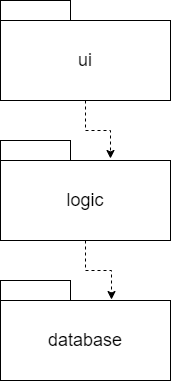
micsoder/ot-harjoitustyo keeps this draw.io diagram as Documentation/pictures/ui_logic_architecture.png. Above is the earlier version. Source tidied: cells renumbered, new cells last; positions are measured from the earlier drawing's top-left corner, leaving out a move shared by most shapes. The source it was exported from:
```xml
<mxGraphModel>
  <root>
    <mxCell id="0" />
    <mxCell id="1" parent="0" />
    <mxCell id="2" value="&lt;font style=&quot;font-size: 18px;&quot;&gt;ui&lt;/font&gt;" style="rounded=0;whiteSpace=wrap;html=1;" parent="1" vertex="1">
      <mxGeometry y="20" width="170" height="80" as="geometry" />
    </mxCell>
    <mxCell id="3" style="rounded=0;whiteSpace=wrap;html=1;" parent="1" vertex="1">
      <mxGeometry width="70" height="20" as="geometry" />
    </mxCell>
    <mxCell id="4" value="&lt;span style=&quot;font-size: 18px;&quot;&gt;logic&lt;/span&gt;" style="rounded=0;whiteSpace=wrap;html=1;" parent="1" vertex="1">
      <mxGeometry y="160" width="170" height="80" as="geometry" />
    </mxCell>
    <mxCell id="5" style="rounded=0;whiteSpace=wrap;html=1;" parent="1" vertex="1">
      <mxGeometry y="140" width="70" height="20" as="geometry" />
    </mxCell>
    <mxCell id="6" value="&lt;span style=&quot;font-size: 18px;&quot;&gt;database&lt;/span&gt;" style="rounded=0;whiteSpace=wrap;html=1;" parent="1" vertex="1">
      <mxGeometry y="300" width="170" height="80" as="geometry" />
    </mxCell>
    <mxCell id="7" style="rounded=0;whiteSpace=wrap;html=1;" parent="1" vertex="1">
      <mxGeometry y="280" width="70" height="20" as="geometry" />
    </mxCell>
    <mxCell id="8" style="edgeStyle=orthogonalEdgeStyle;rounded=0;jettySize=auto;html=1;entryX=0.647;entryY=-0.025;entryDx=0;entryDy=0;entryPerimeter=0;dashed=1;" parent="1" edge="1" source="2" target="4">
      <mxGeometry relative="1" as="geometry" />
    </mxCell>
    <mxCell id="9" style="edgeStyle=orthogonalEdgeStyle;rounded=0;jettySize=auto;html=1;exitX=0.5;exitY=1;exitDx=0;exitDy=0;entryX=0.653;entryY=-0.012;entryDx=0;entryDy=0;entryPerimeter=0;dashed=1;" parent="1" edge="1" source="4" target="6">
      <mxGeometry relative="1" as="geometry" />
    </mxCell>
  </root>
</mxGraphModel>
```
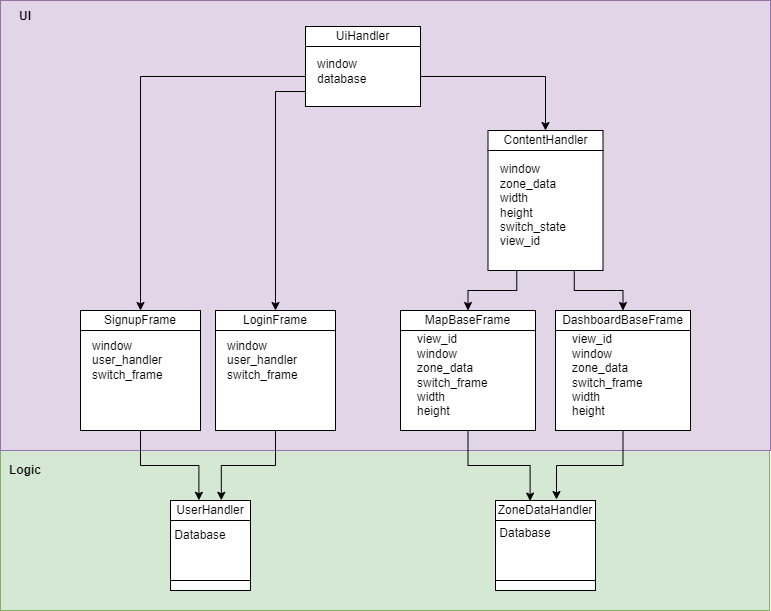
The same diagram one commit later.

Commit message:
now right pic

The edit, as a diff of the source:
```diff
@@ -2,29 +2,122 @@
   <root>
     <mxCell id="0" />
     <mxCell id="1" parent="0" />
-    <mxCell id="2" value="&lt;font style=&quot;font-size: 18px;&quot;&gt;ui&lt;/font&gt;" style="rounded=0;whiteSpace=wrap;html=1;" parent="1" vertex="1">
-      <mxGeometry y="20" width="170" height="80" as="geometry" />
-    </mxCell>
-    <mxCell id="3" style="rounded=0;whiteSpace=wrap;html=1;" parent="1" vertex="1">
-      <mxGeometry width="70" height="20" as="geometry" />
-    </mxCell>
-    <mxCell id="4" value="&lt;span style=&quot;font-size: 18px;&quot;&gt;logic&lt;/span&gt;" style="rounded=0;whiteSpace=wrap;html=1;" parent="1" vertex="1">
-      <mxGeometry y="160" width="170" height="80" as="geometry" />
-    </mxCell>
-    <mxCell id="5" style="rounded=0;whiteSpace=wrap;html=1;" parent="1" vertex="1">
-      <mxGeometry y="140" width="70" height="20" as="geometry" />
-    </mxCell>
-    <mxCell id="6" value="&lt;span style=&quot;font-size: 18px;&quot;&gt;database&lt;/span&gt;" style="rounded=0;whiteSpace=wrap;html=1;" parent="1" vertex="1">
-      <mxGeometry y="300" width="170" height="80" as="geometry" />
-    </mxCell>
-    <mxCell id="7" style="rounded=0;whiteSpace=wrap;html=1;" parent="1" vertex="1">
-      <mxGeometry y="280" width="70" height="20" as="geometry" />
-    </mxCell>
-    <mxCell id="8" style="edgeStyle=orthogonalEdgeStyle;rounded=0;jettySize=auto;html=1;entryX=0.647;entryY=-0.025;entryDx=0;entryDy=0;entryPerimeter=0;dashed=1;" parent="1" edge="1" source="2" target="4">
-      <mxGeometry relative="1" as="geometry" />
-    </mxCell>
-    <mxCell id="9" style="edgeStyle=orthogonalEdgeStyle;rounded=0;jettySize=auto;html=1;exitX=0.5;exitY=1;exitDx=0;exitDy=0;entryX=0.653;entryY=-0.012;entryDx=0;entryDy=0;entryPerimeter=0;dashed=1;" parent="1" edge="1" source="4" target="6">
-      <mxGeometry relative="1" as="geometry" />
-    </mxCell>
+    <mxCell id="10" style="rounded=0;whiteSpace=wrap;html=1;fillColor=#d5e8d4;strokeColor=#82b366;" parent="1" vertex="1">
+      <mxGeometry x="-60" y="-360" width="769" height="160" as="geometry" />
+    </mxCell>
+    <mxCell id="11" style="rounded=0;whiteSpace=wrap;html=1;fillColor=#e1d5e7;strokeColor=#9673a6;" parent="1" vertex="1">
+      <mxGeometry x="-60" y="-810" width="770" height="450" as="geometry" />
+    </mxCell>
+    <mxCell id="12" style="rounded=0;whiteSpace=wrap;html=1;" parent="1" vertex="1">
+      <mxGeometry x="110" y="-290" width="80" height="60" as="geometry" />
+    </mxCell>
+    <mxCell id="13" value="UserHandler" style="rounded=0;whiteSpace=wrap;html=1;" parent="1" vertex="1">
+      <mxGeometry x="110" y="-310" width="80" height="20" as="geometry" />
+    </mxCell>
+    <mxCell id="14" style="rounded=0;whiteSpace=wrap;html=1;" parent="1" vertex="1">
+      <mxGeometry x="110" y="-230" width="80" height="10" as="geometry" />
+    </mxCell>
+    <mxCell id="15" value="Database" style="text;html=1;strokeColor=none;fillColor=none;align=center;verticalAlign=middle;whiteSpace=wrap;rounded=0;" parent="1" vertex="1">
+      <mxGeometry x="110" y="-290" width="60" height="30" as="geometry" />
+    </mxCell>
+    <mxCell id="16" style="rounded=0;whiteSpace=wrap;html=1;" parent="1" vertex="1">
+      <mxGeometry x="435" y="-290" width="100" height="70" as="geometry" />
+    </mxCell>
+    <mxCell id="17" value="ZoneDataHandler" style="rounded=0;whiteSpace=wrap;html=1;" parent="1" vertex="1">
+      <mxGeometry x="435" y="-310" width="100" height="20" as="geometry" />
+    </mxCell>
+    <mxCell id="18" style="rounded=0;whiteSpace=wrap;html=1;" parent="1" vertex="1">
+      <mxGeometry x="435" y="-230" width="100" height="10" as="geometry" />
+    </mxCell>
+    <mxCell id="19" value="Database" style="text;html=1;strokeColor=none;fillColor=none;align=center;verticalAlign=middle;whiteSpace=wrap;rounded=0;" parent="1" vertex="1">
+      <mxGeometry x="435" y="-295" width="60" height="35" as="geometry" />
+    </mxCell>
+    <mxCell id="20" value="LoginFrame" style="rounded=0;whiteSpace=wrap;html=1;" parent="1" vertex="1">
+      <mxGeometry x="155" y="-500" width="120" height="20" as="geometry" />
+    </mxCell>
+    <mxCell id="21" style="rounded=0;whiteSpace=wrap;html=1;" parent="1" vertex="1">
+      <mxGeometry x="155" y="-480" width="120" height="100" as="geometry" />
+    </mxCell>
+    <mxCell id="22" value="&lt;div style=&quot;border-color: var(--border-color);&quot;&gt;window&lt;/div&gt;&lt;div style=&quot;border-color: var(--border-color);&quot;&gt;user_handler&lt;/div&gt;&lt;div style=&quot;border-color: var(--border-color);&quot;&gt;switch_frame&lt;/div&gt;" style="text;html=1;strokeColor=none;fillColor=none;align=left;verticalAlign=middle;whiteSpace=wrap;rounded=0;" parent="1" vertex="1">
+      <mxGeometry x="165" y="-475" width="80" height="50" as="geometry" />
+    </mxCell>
+    <mxCell id="23" value="SignupFrame" style="rounded=0;whiteSpace=wrap;html=1;" parent="1" vertex="1">
+      <mxGeometry x="20" y="-500" width="120" height="20" as="geometry" />
+    </mxCell>
+    <mxCell id="24" style="rounded=0;whiteSpace=wrap;html=1;" parent="1" vertex="1">
+      <mxGeometry x="20" y="-480" width="120" height="100" as="geometry" />
+    </mxCell>
+    <mxCell id="25" value="&lt;div style=&quot;border-color: var(--border-color);&quot;&gt;window&lt;/div&gt;&lt;div style=&quot;border-color: var(--border-color);&quot;&gt;user_handler&lt;/div&gt;&lt;div style=&quot;border-color: var(--border-color);&quot;&gt;switch_frame&lt;/div&gt;" style="text;html=1;strokeColor=none;fillColor=none;align=left;verticalAlign=middle;whiteSpace=wrap;rounded=0;" parent="1" vertex="1">
+      <mxGeometry x="30" y="-475" width="80" height="50" as="geometry" />
+    </mxCell>
+    <mxCell id="26" value="DashboardBaseFrame" style="rounded=0;whiteSpace=wrap;html=1;" parent="1" vertex="1">
+      <mxGeometry x="495" y="-500" width="135" height="20" as="geometry" />
+    </mxCell>
+    <mxCell id="27" style="rounded=0;whiteSpace=wrap;html=1;" parent="1" vertex="1">
+      <mxGeometry x="495" y="-480" width="135" height="100" as="geometry" />
+    </mxCell>
+    <mxCell id="28" value="&lt;div style=&quot;border-color: var(--border-color);&quot;&gt;view_id&lt;/div&gt;&lt;div style=&quot;border-color: var(--border-color);&quot;&gt;window&lt;/div&gt;&lt;div style=&quot;border-color: var(--border-color);&quot;&gt;zone_data&lt;/div&gt;&lt;div style=&quot;border-color: var(--border-color);&quot;&gt;switch_frame&lt;/div&gt;&lt;div style=&quot;border-color: var(--border-color);&quot;&gt;width&lt;/div&gt;&lt;div style=&quot;border-color: var(--border-color);&quot;&gt;height&lt;/div&gt;" style="text;html=1;strokeColor=none;fillColor=none;align=left;verticalAlign=middle;whiteSpace=wrap;rounded=0;" parent="1" vertex="1">
+      <mxGeometry x="510" y="-460" width="80" height="50" as="geometry" />
+    </mxCell>
+    <mxCell id="29" value="MapBaseFrame" style="rounded=0;whiteSpace=wrap;html=1;" parent="1" vertex="1">
+      <mxGeometry x="340" y="-500" width="135" height="20" as="geometry" />
+    </mxCell>
+    <mxCell id="30" style="rounded=0;whiteSpace=wrap;html=1;" parent="1" vertex="1">
+      <mxGeometry x="340" y="-480" width="135" height="100" as="geometry" />
+    </mxCell>
+    <mxCell id="31" value="&lt;div style=&quot;border-color: var(--border-color);&quot;&gt;view_id&lt;/div&gt;&lt;div style=&quot;border-color: var(--border-color);&quot;&gt;window&lt;/div&gt;&lt;div style=&quot;border-color: var(--border-color);&quot;&gt;zone_data&lt;/div&gt;&lt;div style=&quot;border-color: var(--border-color);&quot;&gt;switch_frame&lt;/div&gt;&lt;div style=&quot;border-color: var(--border-color);&quot;&gt;width&lt;/div&gt;&lt;div style=&quot;border-color: var(--border-color);&quot;&gt;height&lt;/div&gt;" style="text;html=1;strokeColor=none;fillColor=none;align=left;verticalAlign=middle;whiteSpace=wrap;rounded=0;" parent="1" vertex="1">
+      <mxGeometry x="355" y="-460" width="80" height="50" as="geometry" />
+    </mxCell>
+    <mxCell id="32" style="edgeStyle=orthogonalEdgeStyle;rounded=0;jettySize=auto;html=1;exitX=0.5;exitY=1;exitDx=0;exitDy=0;entryX=0.355;entryY=-0.01;entryDx=0;entryDy=0;entryPerimeter=0;" parent="1" edge="1" source="24" target="13">
+      <mxGeometry relative="1" as="geometry" />
+    </mxCell>
+    <mxCell id="33" style="edgeStyle=orthogonalEdgeStyle;rounded=0;jettySize=auto;html=1;exitX=0.5;exitY=1;exitDx=0;exitDy=0;entryX=0.635;entryY=-0.01;entryDx=0;entryDy=0;entryPerimeter=0;" parent="1" edge="1" source="21" target="13">
+      <mxGeometry relative="1" as="geometry" />
+    </mxCell>
+    <mxCell id="34" style="edgeStyle=orthogonalEdgeStyle;rounded=0;jettySize=auto;html=1;exitX=0.5;exitY=1;exitDx=0;exitDy=0;entryX=0.346;entryY=0.03;entryDx=0;entryDy=0;entryPerimeter=0;" parent="1" edge="1" source="30" target="17">
+      <mxGeometry relative="1" as="geometry" />
+    </mxCell>
+    <mxCell id="35" style="edgeStyle=orthogonalEdgeStyle;rounded=0;jettySize=auto;html=1;exitX=0.5;exitY=1;exitDx=0;exitDy=0;entryX=0.61;entryY=-0.05;entryDx=0;entryDy=0;entryPerimeter=0;" parent="1" edge="1" source="27" target="17">
+      <mxGeometry relative="1" as="geometry" />
+    </mxCell>
+    <mxCell id="36" value="&lt;b&gt;UI&lt;/b&gt;" style="text;html=1;strokeColor=none;fillColor=none;align=center;verticalAlign=middle;whiteSpace=wrap;rounded=0;" parent="1" vertex="1">
+      <mxGeometry x="-50" y="-804" width="30" height="20" as="geometry" />
+    </mxCell>
+    <mxCell id="37" value="&lt;b&gt;Logic&lt;/b&gt;" style="text;html=1;strokeColor=none;fillColor=none;align=center;verticalAlign=middle;whiteSpace=wrap;rounded=0;" parent="1" vertex="1">
+      <mxGeometry x="-50" y="-350" width="30" height="20" as="geometry" />
+    </mxCell>
+    <mxCell id="38" value="UiHandler" style="rounded=0;whiteSpace=wrap;html=1;" parent="1" vertex="1">
+      <mxGeometry x="245" y="-784" width="115" height="20" as="geometry" />
+    </mxCell>
+    <mxCell id="39" style="edgeStyle=orthogonalEdgeStyle;rounded=0;jettySize=auto;html=1;exitX=0;exitY=0.5;exitDx=0;exitDy=0;entryX=0.5;entryY=0;entryDx=0;entryDy=0;" parent="1" edge="1" source="42" target="23">
+      <mxGeometry relative="1" as="geometry" />
+    </mxCell>
+    <mxCell id="40" style="edgeStyle=orthogonalEdgeStyle;rounded=0;jettySize=auto;html=1;exitX=0;exitY=0.75;exitDx=0;exitDy=0;entryX=0.5;entryY=0;entryDx=0;entryDy=0;" parent="1" edge="1" source="42" target="20">
+      <mxGeometry relative="1" as="geometry" />
+    </mxCell>
+    <mxCell id="41" style="edgeStyle=orthogonalEdgeStyle;rounded=0;jettySize=auto;html=1;exitX=1;exitY=0.5;exitDx=0;exitDy=0;" parent="1" edge="1" source="42" target="44">
+      <mxGeometry relative="1" as="geometry" />
+    </mxCell>
+    <mxCell id="42" style="rounded=0;whiteSpace=wrap;html=1;" parent="1" vertex="1">
+      <mxGeometry x="245" y="-764" width="115" height="60" as="geometry" />
+    </mxCell>
+    <mxCell id="43" value="&lt;div style=&quot;border-color: var(--border-color);&quot;&gt;window&lt;/div&gt;&lt;div style=&quot;border-color: var(--border-color);&quot;&gt;database&lt;/div&gt;" style="text;html=1;strokeColor=none;fillColor=none;align=left;verticalAlign=middle;whiteSpace=wrap;rounded=0;" parent="1" vertex="1">
+      <mxGeometry x="255" y="-764" width="80" height="50" as="geometry" />
+    </mxCell>
+    <mxCell id="44" value="ContentHandler" style="rounded=0;whiteSpace=wrap;html=1;" parent="1" vertex="1">
+      <mxGeometry x="427.5" y="-680" width="115" height="20" as="geometry" />
+    </mxCell>
+    <mxCell id="45" style="edgeStyle=orthogonalEdgeStyle;rounded=0;jettySize=auto;html=1;exitX=0.25;exitY=1;exitDx=0;exitDy=0;entryX=0.5;entryY=0;entryDx=0;entryDy=0;" parent="1" edge="1" source="47" target="29">
+      <mxGeometry relative="1" as="geometry" />
+    </mxCell>
+    <mxCell id="46" style="edgeStyle=orthogonalEdgeStyle;rounded=0;jettySize=auto;html=1;exitX=0.75;exitY=1;exitDx=0;exitDy=0;entryX=0.5;entryY=0;entryDx=0;entryDy=0;" parent="1" edge="1" source="47" target="26">
+      <mxGeometry relative="1" as="geometry" />
+    </mxCell>
+    <mxCell id="47" style="rounded=0;whiteSpace=wrap;html=1;" parent="1" vertex="1">
+      <mxGeometry x="427.5" y="-660" width="115" height="120" as="geometry" />
+    </mxCell>
+    <mxCell id="48" value="&lt;div style=&quot;border-color: var(--border-color);&quot;&gt;window&lt;/div&gt;&lt;div style=&quot;border-color: var(--border-color);&quot;&gt;zone_data&lt;/div&gt;&lt;div style=&quot;border-color: var(--border-color);&quot;&gt;width&lt;/div&gt;&lt;div style=&quot;border-color: var(--border-color);&quot;&gt;height&lt;/div&gt;&lt;div style=&quot;border-color: var(--border-color);&quot;&gt;switch_state&lt;/div&gt;&lt;div style=&quot;border-color: var(--border-color);&quot;&gt;view_id&lt;/div&gt;" style="text;html=1;strokeColor=none;fillColor=none;align=left;verticalAlign=middle;whiteSpace=wrap;rounded=0;" parent="1" vertex="1">
+      <mxGeometry x="437.5" y="-630" width="80" height="50" as="geometry" />
+    </mxCell>
   </root>
 </mxGraphModel>
```
